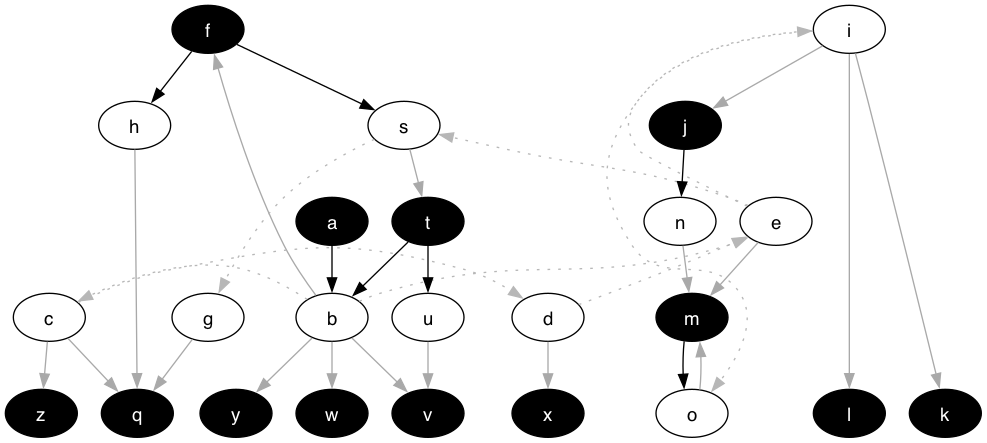
This is IDCC-2024/graphs/kernel_pw1_graph_colored.png from idaks/Games-and-Argumentation, a Graphviz export, as it was before one commit. Its source is kept beside it as IDCC-2024/graphs/kernel_pw1_graph_colored.dot. The source it was exported from:
```dot
digraph G {
  rankdir="TB"
  node [shape=oval style=filled fontname=Helvetica fontsize=14]
  node [fillcolor="#ffffff" fontcolor="#000000"] b c d e s g h i o n u
  node [fillcolor="#000000" fontcolor="#ffffff"] a t f j k l m q v w x y z
  edge [dir=forward color="#000000" style="solid"]
        "a" -> "b"
        "t" -> "b"
        "f" -> "h"
        "j" -> "n"
        "m" -> "o"
        "f" -> "s"
        "t" -> "u"
  edge [dir=forward color="#A9A9A9" style="solid"]
        "b" -> "f"
        "i" -> "j"
        "i" -> "k"
        "i" -> "l"
        "e" -> "m"
        "o" -> "m"
        "n" -> "m"
        "g" -> "q"
        "h" -> "q"
        "c" -> "q"
        "s" -> "t"
        "b" -> "v"
        "u" -> "v"
        "b" -> "w"
        "d" -> "x"
        "b" -> "y"
        "c" -> "z"
  edge [dir=forward color="#b7b7b7" style="dotted" constraint=false]
        "b" -> "c"
        "c" -> "d"
        "b" -> "e"
        "d" -> "e"
        "s" -> "g"
        "e" -> "i"
        "i" -> "o"
        "e" -> "s"

  {rank = max k l q v w x y z}
  {rank = min f}
}
```
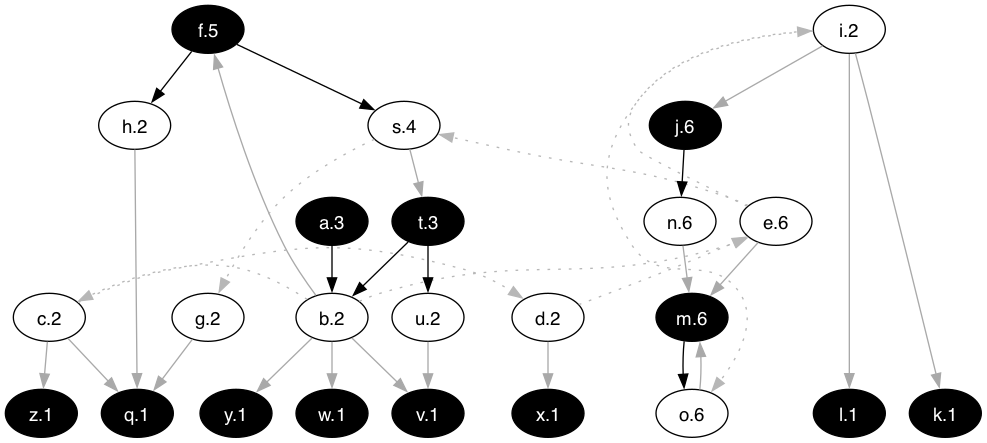
After the change.

Diff of the diagram source:
```diff
@@ -1,8 +1,32 @@
 digraph G {
   rankdir="TB"
   node [shape=oval style=filled fontname=Helvetica fontsize=14]
-  node [fillcolor="#ffffff" fontcolor="#000000"] b c d e s g h i o n u
-  node [fillcolor="#000000" fontcolor="#ffffff"] a t f j k l m q v w x y z
+  node [fillcolor="#ffffff" fontcolor="#000000"]
+       b[label="b.2"]
+       c[label="c.2"]
+       d[label="d.2"]
+       e[label="e.6"]
+       s[label="s.4"]
+       g[label="g.2"]
+       h[label="h.2"]
+       i[label="i.2"]
+       o[label="o.6"]
+       n[label="n.6"]
+       u[label="u.2"]
+  node [fillcolor="#000000" fontcolor="#ffffff"]
+       a[label="a.3"]
+       t[label="t.3"]
+       f[label="f.5"]
+       j[label="j.6"]
+       k[label="k.1"]
+       l[label="l.1"]
+       m[label="m.6"]
+       q[label="q.1"]
+       v[label="v.1"]
+       w[label="w.1"]
+       x[label="x.1"]
+       y[label="y.1"]
+       z[label="z.1"]
   edge [dir=forward color="#000000" style="solid"]
         "a" -> "b"
         "t" -> "b"
```
